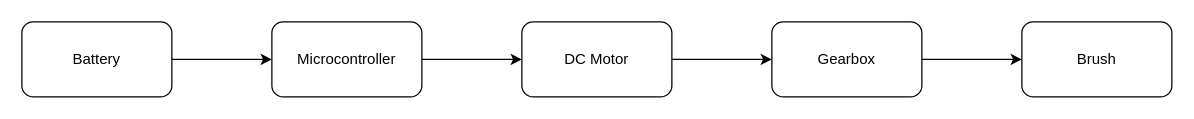
Above: schematics/general_system.drawio in pcg02/Electric-Brush (draw.io), before the change. Source tidied: cells renumbered, new cells numbered last; positions are measured from the earlier drawing's top-left corner, leaving out a move shared by most shapes. Both pictures are drawn from the tidied source at 125%, with x=0, y=0 at pixel (21, 21).
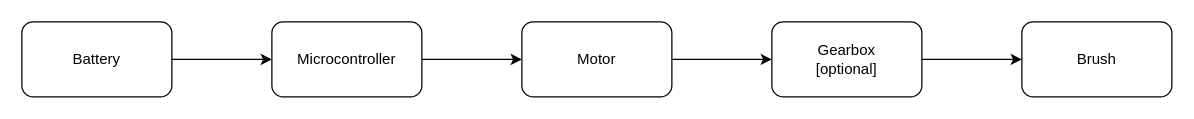
The same diagram, later.

Commit message (it also covers changes not shown here):
Corrected DC Motor to Motor in documentation. Added possibility for vibration motors and DC motors

The edit, as a diff of the source:
```diff
@@
 <mxGraphModel>
   <root>
     <mxCell id="0" />
     <mxCell id="1" parent="0" />
     <mxCell id="2" style="edgeStyle=none;html=1;" parent="1" edge="1" source="3" target="5">
       <mxGeometry relative="1" as="geometry" />
     </mxCell>
     <mxCell id="3" value="Battery" style="rounded=1;whiteSpace=wrap;html=1;roundedPerimeter=1;" parent="1" vertex="1">
       <mxGeometry width="120" height="60" as="geometry" />
     </mxCell>
     <mxCell id="4" style="edgeStyle=none;html=1;" parent="1" edge="1" source="5" target="7">
       <mxGeometry relative="1" as="geometry" />
     </mxCell>
     <mxCell id="5" value="Microcontroller" style="rounded=1;whiteSpace=wrap;html=1;roundedPerimeter=1;" parent="1" vertex="1">
       <mxGeometry x="200" width="120" height="60" as="geometry" />
     </mxCell>
     <mxCell id="6" style="edgeStyle=none;html=1;" parent="1" edge="1" source="7" target="9">
       <mxGeometry relative="1" as="geometry" />
     </mxCell>
-    <mxCell id="7" value="DC Motor" style="rounded=1;whiteSpace=wrap;html=1;roundedPerimeter=1;" parent="1" vertex="1">
+    <mxCell id="7" value="Motor" style="rounded=1;whiteSpace=wrap;html=1;roundedPerimeter=1;" parent="1" vertex="1">
       <mxGeometry x="400" width="120" height="60" as="geometry" />
     </mxCell>
     <mxCell id="8" style="edgeStyle=none;html=1;" parent="1" edge="1" source="9" target="10">
       <mxGeometry relative="1" as="geometry" />
     </mxCell>
-    <mxCell id="9" value="Gearbox" style="rounded=1;whiteSpace=wrap;html=1;roundedPerimeter=1;" parent="1" vertex="1">
+    <mxCell id="9" value="Gearbox&lt;div&gt;[optional]&lt;/div&gt;" style="rounded=1;whiteSpace=wrap;html=1;roundedPerimeter=1;" parent="1" vertex="1">
       <mxGeometry x="600" width="120" height="60" as="geometry" />
     </mxCell>
     <mxCell id="10" value="Brush" style="rounded=1;whiteSpace=wrap;html=1;roundedPerimeter=1;" parent="1" vertex="1">
       <mxGeometry x="800" width="120" height="60" as="geometry" />
     </mxCell>
   </root>
 </mxGraphModel>
```
